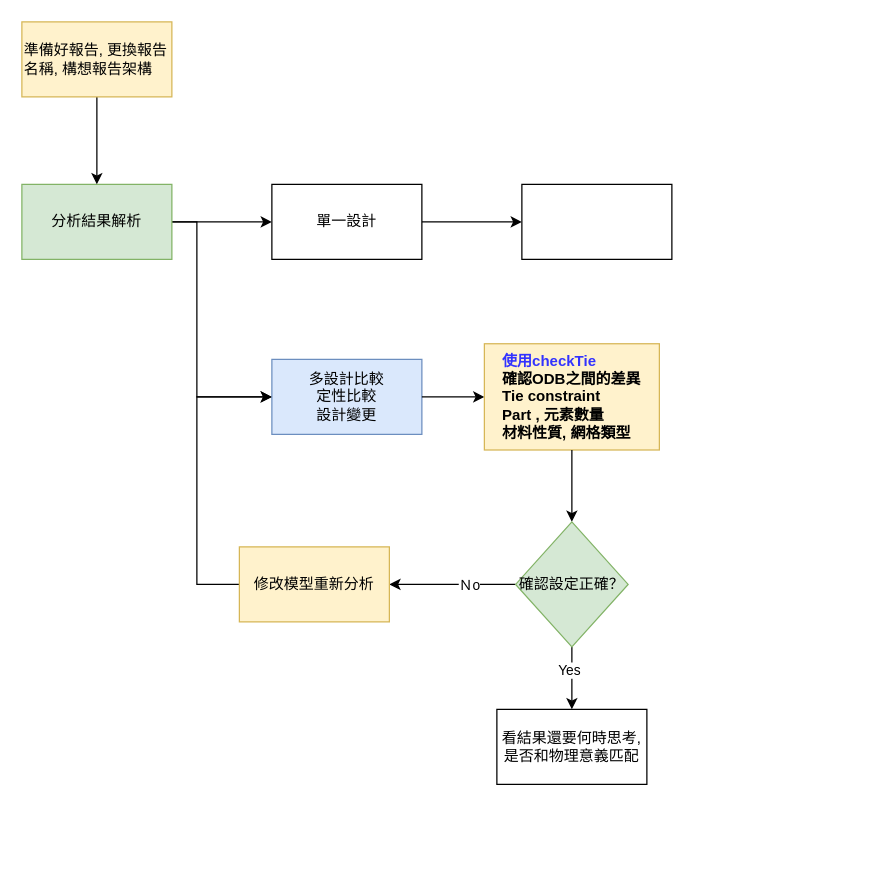
Earlier version of the draw.io diagram page "第 2 页" (2 of 2) of CAE_process.drawio (TerryChan726/draw_io). Source tidied: cells renumbered, new cells numbered last; positions are measured from the earlier drawing's top-left corner, leaving out a move shared by most shapes. Both pictures are drawn from the tidied source at 125%, with x=0, y=0 at pixel (21, 21).
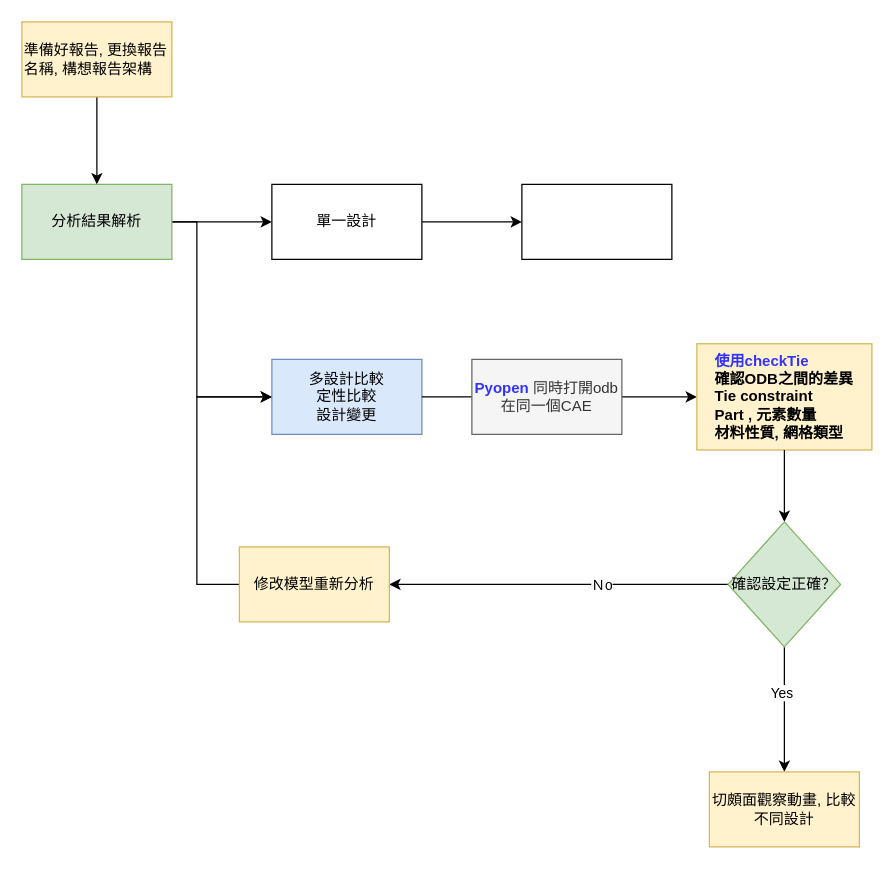
Above is the later version.

Change to the diagram source:
```diff
@@
-    <mxCell id="10" value="看結果還要何時思考, 是否和物理意義匹配" style="whiteSpace=wrap;html=1;rounded=0;" parent="1" vertex="1">
-      <mxGeometry x="380" y="550" width="120" height="60" as="geometry" />
+    <mxCell id="10" value="切頗面觀察動畫, 比較不同設計" style="whiteSpace=wrap;html=1;rounded=0;fillColor=#fff2cc;strokeColor=#d6b656;" parent="1" vertex="1">
+      <mxGeometry x="550" y="600" width="120" height="60" as="geometry" />
     </mxCell>
@@
     <mxCell id="15" value="&lt;div style=&quot;text-align: left;&quot;&gt;&lt;b style=&quot;color: light-dark(rgb(51, 51, 255), rgb(168, 168, 255)); background-color: transparent;&quot;&gt;使用checkTie&lt;/b&gt;&lt;/div&gt;&lt;div style=&quot;text-align: left;&quot;&gt;&lt;b style=&quot;&quot;&gt;&lt;font style=&quot;color: rgb(0, 0, 0);&quot;&gt;確認ODB之間的差異&lt;/font&gt;&lt;/b&gt;&lt;/div&gt;&lt;div style=&quot;text-align: left;&quot;&gt;&lt;b style=&quot;&quot;&gt;&lt;font style=&quot;color: rgb(0, 0, 0);&quot;&gt;Tie constraint&lt;/font&gt;&lt;/b&gt;&lt;/div&gt;&lt;div style=&quot;text-align: left;&quot;&gt;&lt;b style=&quot;&quot;&gt;&lt;font style=&quot;color: rgb(0, 0, 0);&quot;&gt;Part , 元素數量&lt;/font&gt;&lt;/b&gt;&lt;/div&gt;&lt;div style=&quot;text-align: left;&quot;&gt;&lt;b style=&quot;&quot;&gt;&lt;font style=&quot;color: rgb(0, 0, 0);&quot;&gt;材料性質, 網格類型&lt;/font&gt;&lt;/b&gt;&lt;/div&gt;" style="rounded=0;whiteSpace=wrap;html=1;fillColor=#fff2cc;strokeColor=#d6b656;" parent="1" vertex="1">
-      <mxGeometry x="370" y="257.5" width="140" height="85" as="geometry" />
+      <mxGeometry x="540" y="257.5" width="140" height="85" as="geometry" />
     </mxCell>
@@
     <mxCell id="19" value="確認設定正確？" style="rhombus;whiteSpace=wrap;html=1;fillColor=#d5e8d4;strokeColor=#82b366;" parent="1" vertex="1">
-      <mxGeometry x="395" y="400" width="90" height="100" as="geometry" />
+      <mxGeometry x="565" y="400" width="90" height="100" as="geometry" />
     </mxCell>
@@
+    <mxCell id="22" value="&lt;font style=&quot;color: rgb(51, 51, 255);&quot;&gt;&lt;b&gt;Pyopen&lt;/b&gt;&lt;/font&gt; 同時打開odb在同一個CAE" style="rounded=0;whiteSpace=wrap;html=1;fillColor=#f5f5f5;fontColor=#333333;strokeColor=#666666;" parent="1" vertex="1">
+      <mxGeometry x="360" y="270" width="120" height="60" as="geometry" />
+    </mxCell>
```
